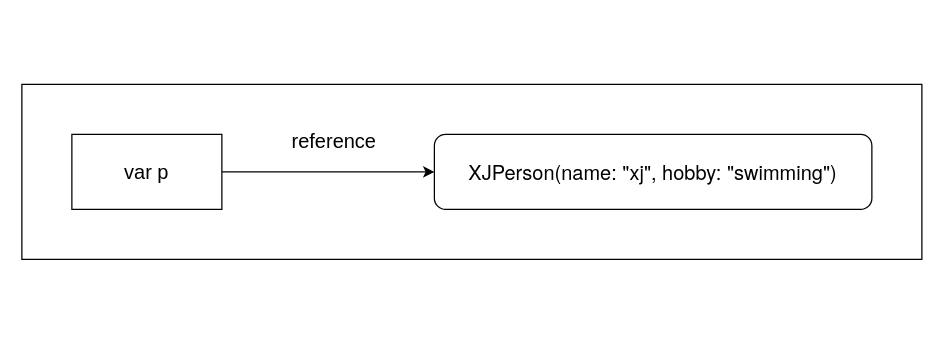
Earlier version of the draw.io diagram reference type des.drawio (star-j/Flowchart). Source tidied: cells renumbered, new cells numbered last; positions are measured from the earlier drawing's top-left corner, leaving out a move shared by most shapes. Both pictures are drawn from the tidied source at 125%, with x=0, y=0 at pixel (21, 84).
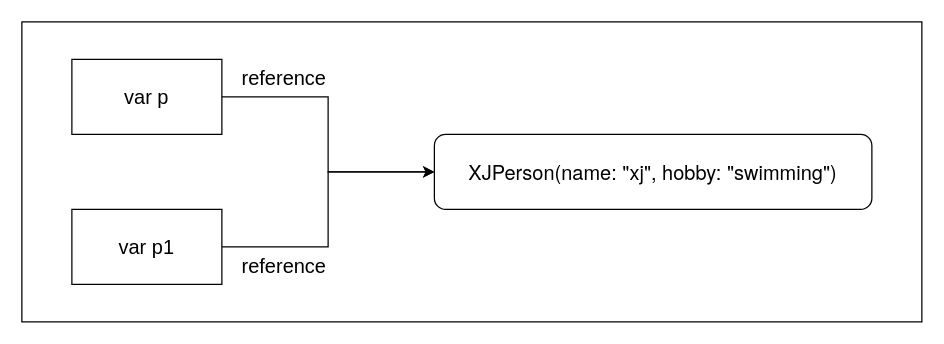
After the change.

Change to the diagram source:
```diff
@@
 <mxGraphModel>
   <root>
     <mxCell id="0" />
     <mxCell id="1" parent="0" />
     <mxCell id="2" style="rounded=0;whiteSpace=wrap;html=1;" parent="1" vertex="1">
-      <mxGeometry width="720" height="140" as="geometry" />
+      <mxGeometry y="-50" width="720" height="240" as="geometry" />
     </mxCell>
     <mxCell id="3" style="edgeStyle=orthogonalEdgeStyle;rounded=0;jettySize=auto;html=1;exitX=1;exitY=0.5;exitDx=0;exitDy=0;entryX=0;entryY=0.5;entryDx=0;entryDy=0;fontSize=16;" parent="1" edge="1" source="4" target="5">
       <mxGeometry relative="1" as="geometry" />
     </mxCell>
     <mxCell id="4" value="var p" style="rounded=0;whiteSpace=wrap;html=1;fontSize=16;" parent="1" vertex="1">
-      <mxGeometry x="40" y="40" width="120" height="60" as="geometry" />
+      <mxGeometry x="40" y="-20" width="120" height="60" as="geometry" />
     </mxCell>
     <mxCell id="5" value="&lt;p style=&quot;margin: 0px; font-stretch: normal; font-size: 16px; line-height: normal; font-family: &amp;quot;helvetica neue&amp;quot;;&quot;&gt;XJPerson(name: &quot;xj&quot;, hobby: &quot;swimming&quot;)&lt;/p&gt;" style="rounded=1;whiteSpace=wrap;html=1;fontSize=16;" parent="1" vertex="1">
       <mxGeometry x="330" y="40" width="350" height="60" as="geometry" />
     </mxCell>
     <mxCell id="6" value="reference" style="text;html=1;strokeColor=none;fillColor=none;align=center;verticalAlign=middle;whiteSpace=wrap;rounded=0;fontSize=16;" parent="1" vertex="1">
-      <mxGeometry x="210" y="30" width="80" height="30" as="geometry" />
+      <mxGeometry x="170" y="-20" width="80" height="30" as="geometry" />
     </mxCell>
+    <mxCell id="7" style="edgeStyle=orthogonalEdgeStyle;rounded=0;jettySize=auto;html=1;exitX=1;exitY=0.5;exitDx=0;exitDy=0;entryX=0;entryY=0.5;entryDx=0;entryDy=0;" parent="1" edge="1" source="8" target="5">
+      <mxGeometry relative="1" as="geometry" />
+    </mxCell>
+    <mxCell id="8" value="var p1" style="rounded=0;whiteSpace=wrap;html=1;fontSize=16;" parent="1" vertex="1">
+      <mxGeometry x="40" y="100" width="120" height="60" as="geometry" />
+    </mxCell>
+    <mxCell id="9" value="reference" style="text;html=1;strokeColor=none;fillColor=none;align=center;verticalAlign=middle;whiteSpace=wrap;rounded=0;fontSize=16;" parent="1" vertex="1">
+      <mxGeometry x="170" y="130" width="80" height="30" as="geometry" />
+    </mxCell>
   </root>
 </mxGraphModel>
```
